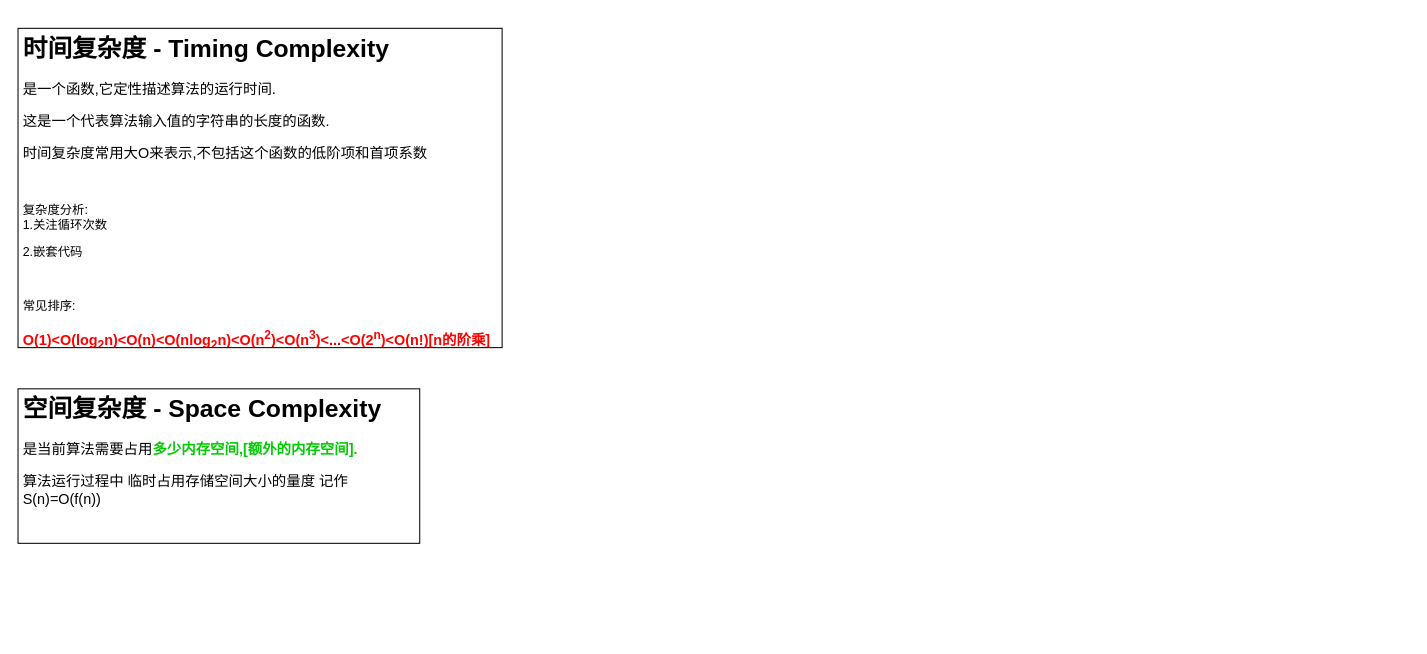
bayern01kahn/Tech_Diagrams keeps this draw.io diagram as page "核心概念" (1 of 2) of 算法与数据结构.drawio. Above is the earlier version. Source tidied: cells renumbered, new cells numbered last; positions are measured from the earlier drawing's top-left corner, leaving out a move shared by most shapes. Both pictures are drawn from the tidied source at 103%, with x=0, y=0 at pixel (18, 28).
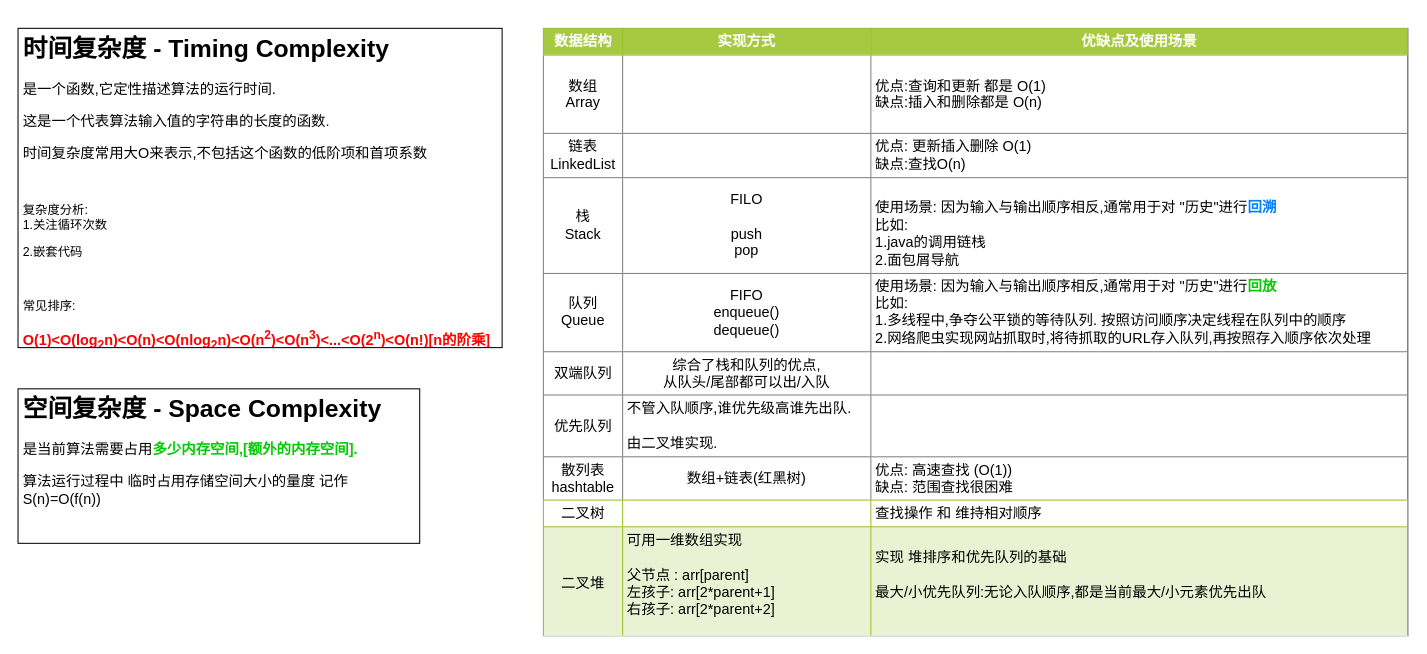
The same diagram, later.

Commit message (it also covers changes not shown here):
总结数据结构 优缺点及使用场景

Change to the diagram source:
```diff
@@
 <mxGraphModel>
   <root>
     <mxCell id="0" />
     <mxCell id="1" parent="0" />
     <mxCell id="2" value="&lt;h1&gt;时间复杂度 - Timing Complexity&lt;/h1&gt;&lt;p style=&quot;font-size: 14px&quot;&gt;&lt;font style=&quot;font-size: 14px&quot;&gt;是一个函数,它定性描述算法的运行时间.&amp;nbsp;&lt;/font&gt;&lt;/p&gt;&lt;p style=&quot;font-size: 14px&quot;&gt;&lt;font style=&quot;font-size: 14px&quot;&gt;这是一个代表算法输入值的字符串的长度的函数.&amp;nbsp;&lt;/font&gt;&lt;/p&gt;&lt;p style=&quot;font-size: 14px&quot;&gt;&lt;font style=&quot;font-size: 14px&quot;&gt;时间复杂度常用大O来表示,不包括这个函数的低阶项和首项系数&lt;/font&gt;&lt;/p&gt;&lt;p&gt;&lt;br&gt;&lt;/p&gt;&lt;p&gt;复杂度分析:&lt;br class=&quot;Apple-interchange-newline&quot;&gt;1.关注循环次数&lt;/p&gt;&lt;p&gt;2.嵌套代码&lt;/p&gt;&lt;p&gt;&lt;br&gt;&lt;/p&gt;&lt;p&gt;常见排序:&lt;br&gt;&lt;/p&gt;&lt;p style=&quot;font-size: 14px&quot;&gt;&lt;b&gt;&lt;font color=&quot;#ff0000&quot;&gt;O(1)&amp;lt;O(log&lt;sub&gt;2&lt;/sub&gt;n)&amp;lt;O(n)&amp;lt;O(nlog&lt;sub&gt;2&lt;/sub&gt;n)&amp;lt;O(n&lt;sup&gt;2&lt;/sup&gt;)&amp;lt;O(n&lt;sup&gt;3&lt;/sup&gt;)&amp;lt;...&amp;lt;O(2&lt;sup&gt;n&lt;/sup&gt;)&amp;lt;O(n!)[n的阶乘]&lt;/font&gt;&lt;/b&gt;&lt;/p&gt;" style="text;html=1;spacing=5;spacingTop=-20;whiteSpace=wrap;overflow=hidden;rounded=0;fillColor=#ffffff;strokeColor=#000000;" parent="1" vertex="1">
       <mxGeometry width="470" height="310" as="geometry" />
     </mxCell>
     <mxCell id="3" value="&lt;h1&gt;空间复杂度 - Space Complexity&lt;/h1&gt;&lt;p style=&quot;font-size: 14px&quot;&gt;&lt;font style=&quot;font-size: 14px&quot;&gt;是当前算法需要占用&lt;b&gt;&lt;font color=&quot;#00cc00&quot; style=&quot;font-size: 14px&quot;&gt;多少内存空间,[额外的内存空间].&lt;/font&gt;&lt;/b&gt;&lt;/font&gt;&lt;/p&gt;&lt;p style=&quot;font-size: 14px&quot;&gt;&lt;font style=&quot;font-size: 14px&quot;&gt;算法运行过程中 临时占用存储空间大小的量度 记作 S(n)=O(f(n))&lt;/font&gt;&lt;/p&gt;" style="text;html=1;spacing=5;spacingTop=-20;whiteSpace=wrap;overflow=hidden;rounded=0;fillColor=#ffffff;strokeColor=#000000;" parent="1" vertex="1">
       <mxGeometry y="350" width="390" height="150" as="geometry" />
     </mxCell>
+    <mxCell id="4" value="&lt;table border=&quot;1&quot; width=&quot;100%&quot; cellpadding=&quot;4&quot; style=&quot;width: 100% ; height: 100% ; border-collapse: collapse ; font-size: 14px&quot;&gt;&lt;tbody&gt;&lt;tr style=&quot;background-color: #a7c942 ; color: #ffffff ; border: 1px solid #98bf21&quot;&gt;&lt;th&gt;&lt;font style=&quot;font-size: 14px&quot;&gt;数据结构&lt;/font&gt;&lt;/th&gt;&lt;th&gt;&lt;font style=&quot;font-size: 14px&quot;&gt;实现方式&lt;/font&gt;&lt;/th&gt;&lt;th&gt;&lt;font style=&quot;font-size: 14px&quot;&gt;优缺点及使用场景&lt;/font&gt;&lt;/th&gt;&lt;/tr&gt;&lt;tr&gt;&lt;td&gt;数组&lt;br&gt;Array&lt;/td&gt;&lt;td&gt;&lt;br&gt;&lt;/td&gt;&lt;td&gt;&lt;br&gt;&lt;div style=&quot;text-align: justify&quot;&gt;&lt;span&gt;优点:查询和更新 都是 O(1)&lt;/span&gt;&lt;/div&gt;&lt;div style=&quot;text-align: justify&quot;&gt;&lt;span&gt;缺点:插入和删除都是 O(n)&lt;/span&gt;&lt;/div&gt;&lt;div style=&quot;text-align: justify&quot;&gt;&lt;br&gt;&lt;/div&gt;&lt;/td&gt;&lt;/tr&gt;&lt;tr&gt;&lt;td&gt;链表&lt;br&gt;LinkedList&lt;/td&gt;&lt;td&gt;&lt;br&gt;&lt;/td&gt;&lt;td&gt;&lt;div style=&quot;text-align: justify&quot;&gt;&lt;span&gt;优点: 更新插入删除 O(1)&lt;/span&gt;&lt;/div&gt;&lt;div style=&quot;text-align: justify&quot;&gt;&lt;span&gt;缺点:查找O(n)&lt;/span&gt;&lt;/div&gt;&lt;/td&gt;&lt;/tr&gt;&lt;tr&gt;&lt;td&gt;栈&lt;br&gt;Stack&lt;/td&gt;&lt;td&gt;FILO&lt;br&gt;&lt;br&gt;push&lt;br&gt;pop&lt;/td&gt;&lt;td&gt;&lt;div style=&quot;text-align: justify&quot;&gt;&lt;span&gt;&lt;br&gt;&lt;/span&gt;&lt;/div&gt;&lt;div style=&quot;text-align: justify&quot;&gt;&lt;span&gt;使用场景: 因为输入与输出顺序相反,通常用于对 &quot;历史&quot;进行&lt;/span&gt;&lt;b&gt;&lt;font color=&quot;#007fff&quot;&gt;回溯&lt;/font&gt;&lt;/b&gt;&lt;/div&gt;&lt;div style=&quot;text-align: justify&quot;&gt;&lt;span&gt;比如:&amp;nbsp;&lt;/span&gt;&lt;br&gt;&lt;/div&gt;&lt;div style=&quot;text-align: justify&quot;&gt;&lt;span&gt;1.java的调用链栈&amp;nbsp; &amp;nbsp;&lt;/span&gt;&lt;/div&gt;&lt;div style=&quot;text-align: justify&quot;&gt;&lt;span&gt;2.面包屑导航&amp;nbsp;&lt;/span&gt;&lt;/div&gt;&lt;/td&gt;&lt;/tr&gt;&lt;tr&gt;&lt;td&gt;队列&lt;br&gt;Queue&lt;/td&gt;&lt;td&gt;FIFO&lt;br&gt;enqueue()&lt;br&gt;dequeue()&lt;/td&gt;&lt;td&gt;&lt;div style=&quot;text-align: justify&quot;&gt;&lt;span&gt;使用场景: 因为输入与输出顺序相反,通常用于对 &quot;历史&quot;进行&lt;/span&gt;&lt;b&gt;&lt;font color=&quot;#00cc00&quot;&gt;回放&lt;/font&gt;&lt;/b&gt;&lt;/div&gt;&lt;div style=&quot;text-align: justify&quot;&gt;&lt;span&gt;比如:&amp;nbsp;&amp;nbsp;&lt;/span&gt;&lt;br&gt;&lt;/div&gt;&lt;div style=&quot;text-align: justify&quot;&gt;&lt;span&gt;1.多线程中,争夺公平锁的等待队列. 按照访问顺序决定线程在队列中的顺序&amp;nbsp;&amp;nbsp;&lt;/span&gt;&lt;/div&gt;&lt;div style=&quot;text-align: justify&quot;&gt;&lt;span&gt;2.网络爬虫实现网站抓取时,将待抓取的URL存入队列,再按照存入顺序依次处理&lt;/span&gt;&lt;/div&gt;&lt;/td&gt;&lt;/tr&gt;&lt;tr&gt;&lt;td&gt;双端队列&lt;/td&gt;&lt;td&gt;综合了栈和队列的优点,&lt;br&gt;从队头/尾部都可以出/入队&lt;/td&gt;&lt;td&gt;&lt;br&gt;&lt;/td&gt;&lt;/tr&gt;&lt;tr&gt;&lt;td&gt;优先队列&lt;/td&gt;&lt;td&gt;&lt;div style=&quot;text-align: left&quot;&gt;&lt;span&gt;不管入队顺序,谁优先级高谁先出队.&lt;/span&gt;&lt;/div&gt;&lt;div style=&quot;text-align: left&quot;&gt;&lt;br&gt;&lt;/div&gt;&lt;div style=&quot;text-align: left&quot;&gt;&lt;span&gt;由二叉堆实现.&lt;/span&gt;&lt;/div&gt;&lt;/td&gt;&lt;td&gt;&lt;br&gt;&lt;/td&gt;&lt;/tr&gt;&lt;tr&gt;&lt;td&gt;散列表&lt;br&gt;hashtable&lt;/td&gt;&lt;td&gt;数组+链表(红黑树)&lt;/td&gt;&lt;td&gt;&lt;div style=&quot;text-align: justify&quot;&gt;&lt;span&gt;优点: 高速查找 (O(1))&lt;/span&gt;&lt;/div&gt;&lt;div style=&quot;text-align: justify&quot;&gt;&lt;span&gt;缺点: 范围查找很困难&lt;/span&gt;&lt;/div&gt;&lt;/td&gt;&lt;/tr&gt;&lt;tr style=&quot;border: 1px solid #98bf21&quot;&gt;&lt;td&gt;二叉树&lt;/td&gt;&lt;td&gt;&lt;br&gt;&lt;/td&gt;&lt;td style=&quot;text-align: justify&quot;&gt;查找操作 和 维持相对顺序&lt;/td&gt;&lt;/tr&gt;&lt;tr style=&quot;background-color: #eaf2d3 ; border: 1px solid #98bf21&quot;&gt;&lt;td&gt;&lt;font style=&quot;font-size: 14px&quot;&gt;二叉堆&lt;/font&gt;&lt;/td&gt;&lt;td&gt;&lt;div style=&quot;text-align: justify&quot;&gt;可用一维数组实现&lt;/div&gt;&lt;div style=&quot;text-align: justify&quot;&gt;&lt;br&gt;&lt;/div&gt;&lt;div style=&quot;text-align: justify&quot;&gt;父节点 : arr[parent]&lt;/div&gt;&lt;div style=&quot;text-align: justify&quot;&gt;左孩子: arr[2*parent+1]&lt;/div&gt;&lt;div style=&quot;text-align: justify&quot;&gt;右孩子: arr[2*parent+2]&lt;/div&gt;&lt;div style=&quot;text-align: left&quot;&gt;&lt;br&gt;&lt;/div&gt;&lt;/td&gt;&lt;td&gt;&lt;div style=&quot;text-align: justify&quot;&gt;实现 堆排序和优先队列的基础&lt;/div&gt;&lt;div style=&quot;text-align: justify&quot;&gt;&lt;br&gt;&lt;/div&gt;&lt;div style=&quot;text-align: justify&quot;&gt;最大/小优先队列:无论入队顺序,都是当前最大/小元素优先出队&lt;/div&gt;&lt;div style=&quot;text-align: justify&quot;&gt;&lt;br&gt;&lt;/div&gt;&lt;/td&gt;&lt;/tr&gt;&lt;/tbody&gt;&lt;/table&gt;" style="text;html=1;strokeColor=#c0c0c0;fillColor=#ffffff;overflow=fill;rounded=0;align=center;" parent="1" vertex="1">
+      <mxGeometry x="510" width="840" height="590" as="geometry" />
+    </mxCell>
   </root>
 </mxGraphModel>
```
